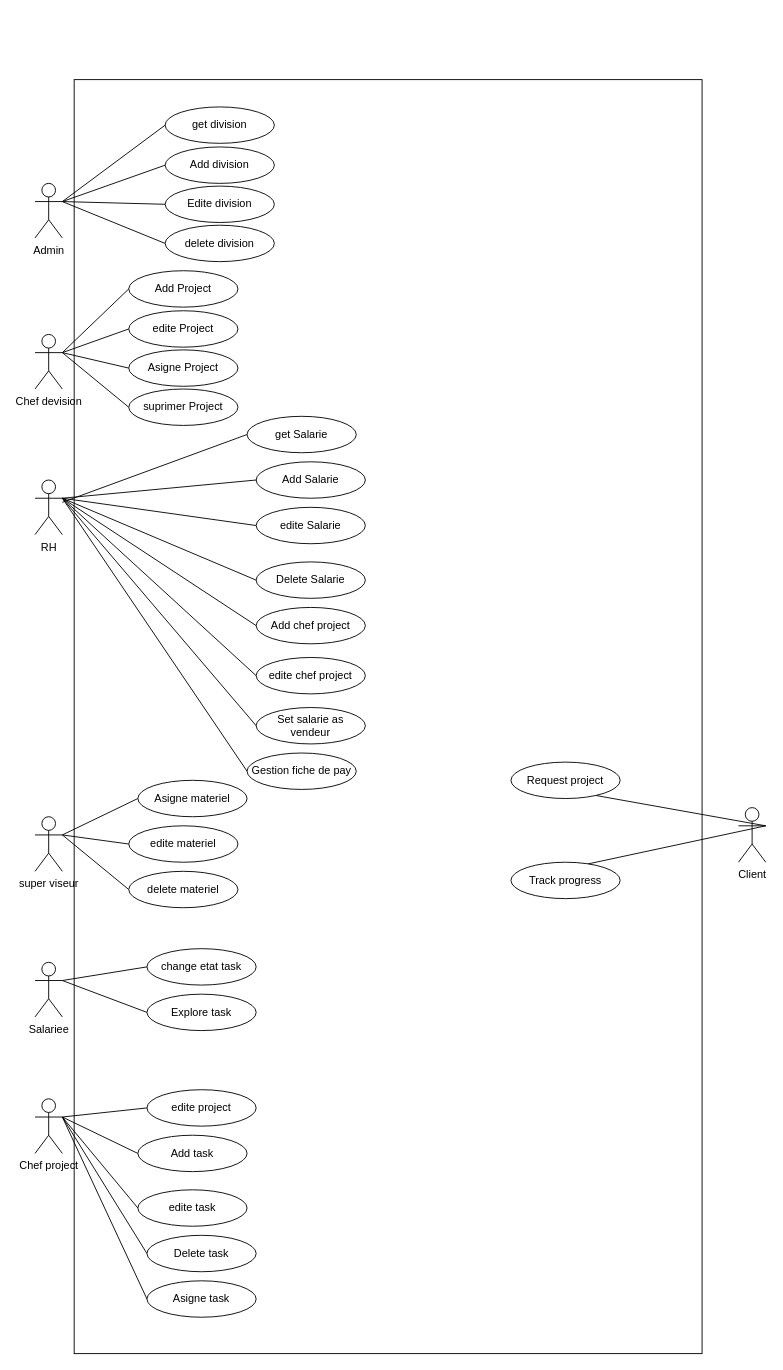
ZroudAbdelilah/Intelcia_Group keeps this draw.io diagram as use case Diagramme .drawio. Above is the earlier version. Source tidied: cells renumbered, new cells numbered last; positions are measured from the earlier drawing's top-left corner, leaving out a move shared by most shapes. Both pictures are drawn from the tidied source at 91%, with x=0, y=0 at pixel (35, 79).
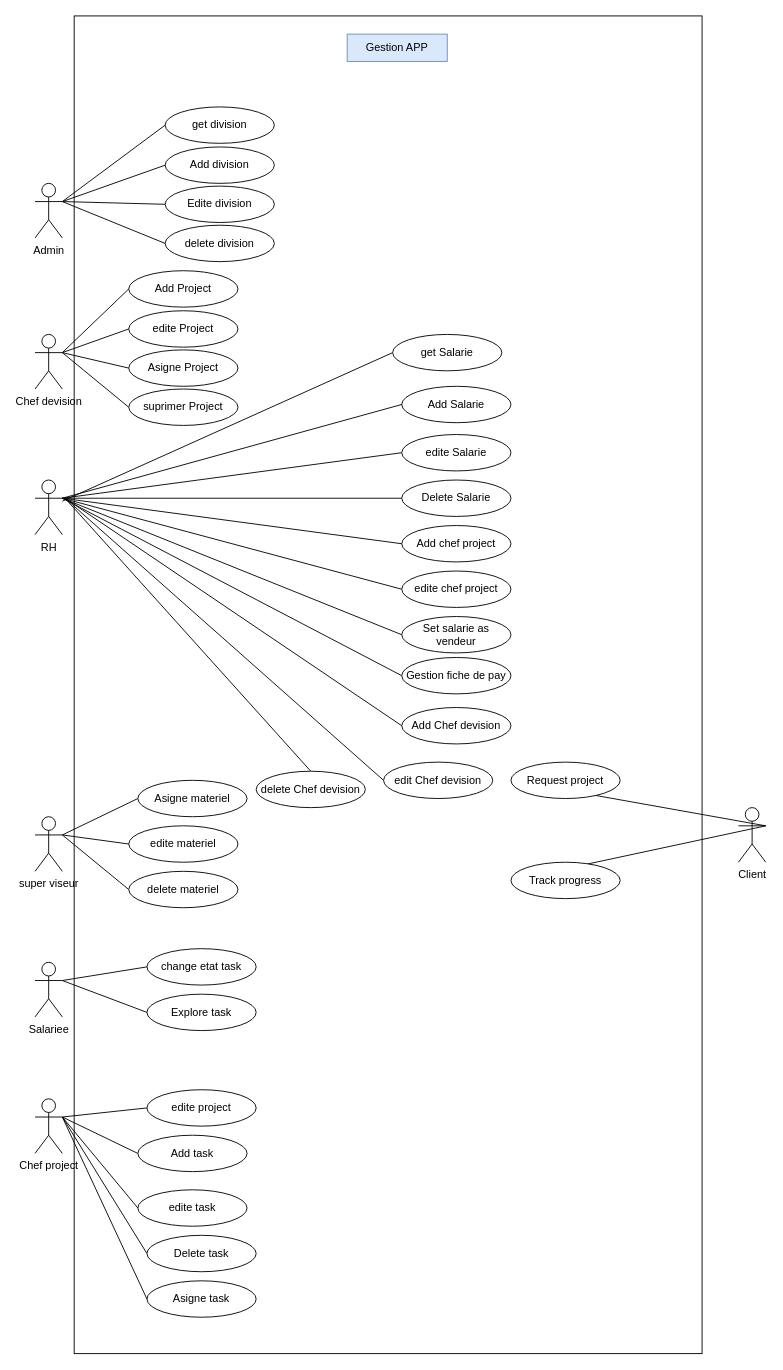
The same page after the edit.

Commit message:
modifcation use case

What changed in the source:
```diff
@@
     <mxCell id="2" style="rounded=0;whiteSpace=wrap;html=1;" parent="1" vertex="1">
-      <mxGeometry x="43" width="690" height="1400" as="geometry" />
+      <mxGeometry x="43" y="-70" width="690" height="1470" as="geometry" />
     </mxCell>
@@
     <mxCell id="45" value="Add Salarie" style="ellipse;whiteSpace=wrap;html=1;" parent="1" vertex="1">
-      <mxGeometry x="243" y="420" width="120" height="40" as="geometry" />
+      <mxGeometry x="403" y="337" width="120" height="40" as="geometry" />
     </mxCell>
     <mxCell id="46" value="Add chef project" style="ellipse;whiteSpace=wrap;html=1;" parent="1" vertex="1">
-      <mxGeometry x="243" y="580" width="120" height="40" as="geometry" />
+      <mxGeometry x="403" y="490" width="120" height="40" as="geometry" />
     </mxCell>
     <mxCell id="47" value="Set salarie as vendeur" style="ellipse;whiteSpace=wrap;html=1;" parent="1" vertex="1">
-      <mxGeometry x="243" y="690" width="120" height="40" as="geometry" />
+      <mxGeometry x="403" y="590" width="120" height="40" as="geometry" />
     </mxCell>
@@
     <mxCell id="58" value="edite Salarie" style="ellipse;whiteSpace=wrap;html=1;" parent="1" vertex="1">
-      <mxGeometry x="243" y="470" width="120" height="40" as="geometry" />
+      <mxGeometry x="403" y="390" width="120" height="40" as="geometry" />
     </mxCell>
     <mxCell id="59" value="get Salarie" style="ellipse;whiteSpace=wrap;html=1;" parent="1" vertex="1">
-      <mxGeometry x="233" y="370" width="120" height="40" as="geometry" />
+      <mxGeometry x="393" y="280" width="120" height="40" as="geometry" />
     </mxCell>
     <mxCell id="60" value="Delete Salarie" style="ellipse;whiteSpace=wrap;html=1;" parent="1" vertex="1">
-      <mxGeometry x="243" y="530" width="120" height="40" as="geometry" />
+      <mxGeometry x="403" y="440" width="120" height="40" as="geometry" />
     </mxCell>
     <mxCell id="61" value="edite chef project" style="ellipse;whiteSpace=wrap;html=1;" parent="1" vertex="1">
-      <mxGeometry x="243" y="635" width="120" height="40" as="geometry" />
+      <mxGeometry x="403" y="540" width="120" height="40" as="geometry" />
     </mxCell>
@@
     <mxCell id="63" value="Gestion fiche de pay" style="ellipse;whiteSpace=wrap;html=1;" parent="1" vertex="1">
-      <mxGeometry x="233" y="740" width="120" height="40" as="geometry" />
+      <mxGeometry x="403" y="635" width="120" height="40" as="geometry" />
     </mxCell>
@@
+    <mxCell id="67" value="Gestion APP" style="text;html=1;strokeColor=#6c8ebf;fillColor=#dae8fc;align=center;verticalAlign=middle;whiteSpace=wrap;rounded=0;" parent="1" vertex="1">
+      <mxGeometry x="343" y="-50" width="110" height="30" as="geometry" />
+    </mxCell>
+    <mxCell id="68" style="edgeStyle=none;rounded=0;jettySize=auto;html=1;exitX=0;exitY=0.5;exitDx=0;exitDy=0;endArrow=none;endFill=0;" parent="1" edge="1" source="69">
+      <mxGeometry relative="1" as="geometry">
+        <mxPoint x="33" y="460" as="targetPoint" />
+      </mxGeometry>
+    </mxCell>
+    <mxCell id="69" value="Add Chef devision" style="ellipse;whiteSpace=wrap;html=1;" parent="1" vertex="1">
+      <mxGeometry x="403" y="690" width="120" height="40" as="geometry" />
+    </mxCell>
+    <mxCell id="70" style="edgeStyle=none;rounded=0;jettySize=auto;html=1;exitX=0;exitY=0.5;exitDx=0;exitDy=0;endArrow=none;endFill=0;" parent="1" edge="1" source="71">
+      <mxGeometry relative="1" as="geometry">
+        <mxPoint x="33" y="460" as="targetPoint" />
+      </mxGeometry>
+    </mxCell>
+    <mxCell id="71" value="edit Chef devision" style="ellipse;whiteSpace=wrap;html=1;" parent="1" vertex="1">
+      <mxGeometry x="383" y="750" width="120" height="40" as="geometry" />
+    </mxCell>
+    <mxCell id="72" style="edgeStyle=none;rounded=0;jettySize=auto;html=1;exitX=0.5;exitY=0;exitDx=0;exitDy=0;endArrow=none;endFill=0;" parent="1" edge="1" source="73">
+      <mxGeometry relative="1" as="geometry">
+        <mxPoint x="33" y="460" as="targetPoint" />
+      </mxGeometry>
+    </mxCell>
+    <mxCell id="73" value="delete Chef devision" style="ellipse;whiteSpace=wrap;html=1;" parent="1" vertex="1">
+      <mxGeometry x="243" y="760" width="120" height="40" as="geometry" />
+    </mxCell>
```
